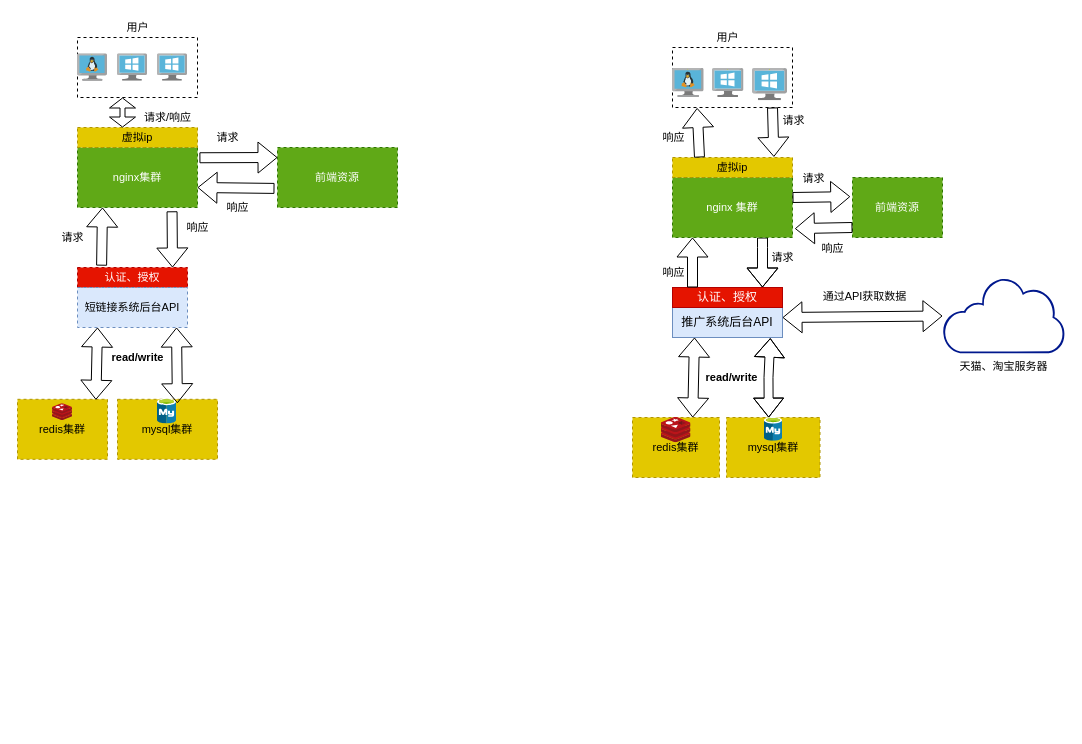
Before: Untitled Diagram.drawio in ndb000901/diagrams, a draw.io diagram. Source tidied: cells renumbered, new cells numbered last; positions are measured from the earlier drawing's top-left corner, leaving out a move shared by most shapes. Both pictures are drawn from the tidied source at 100%, with x=0, y=0 at pixel (17, 17).
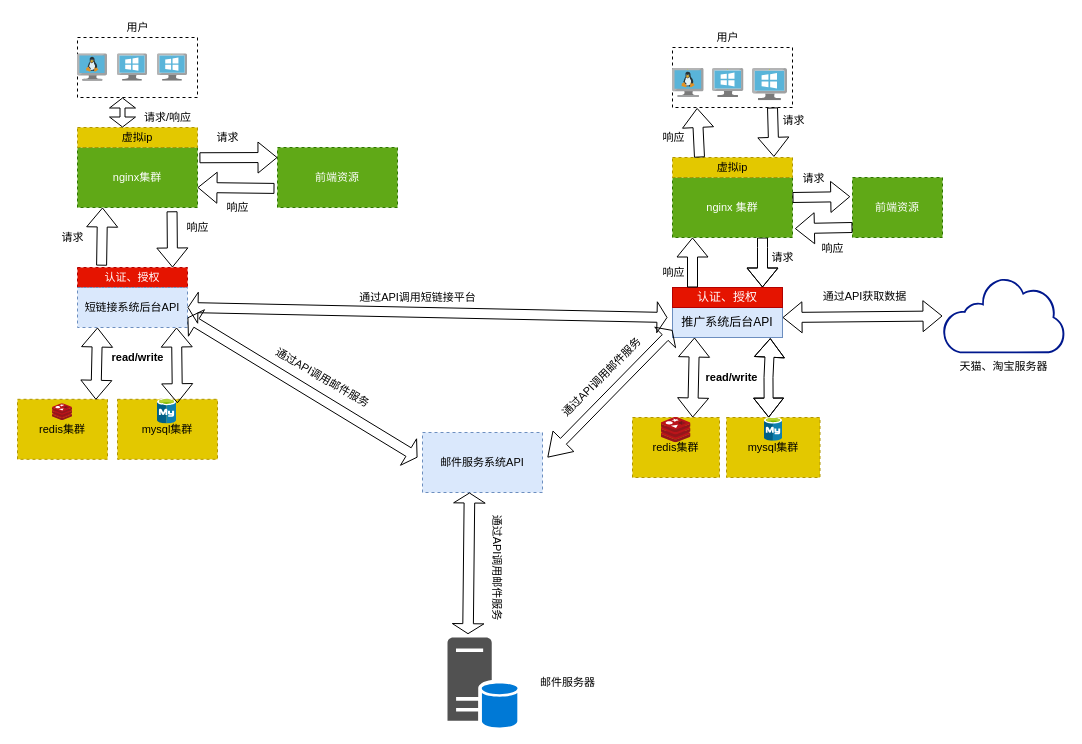
The same diagram, later.

Unchanged cells that the change refers to:
```xml
<mxCell id="2" value="推广系统后台API" style="rounded=0;whiteSpace=wrap;html=1;fillColor=#dae8fc;strokeColor=#6c8ebf;" parent="1" vertex="1">
  <mxGeometry x="655" y="290" width="110" height="30" as="geometry" />
</mxCell>
<mxCell id="35" value="短链接系统后台API" style="rounded=0;whiteSpace=wrap;html=1;dashed=1;fontFamily=Helvetica;fontSize=11;fillColor=#dae8fc;strokeColor=#6c8ebf;" parent="1" vertex="1">
  <mxGeometry x="60" y="270" width="110" height="40" as="geometry" />
</mxCell>
```

Diff of the diagram source:
```diff
@@
+    <mxCell id="61" value="邮件服务系统API" style="rounded=0;whiteSpace=wrap;html=1;dashed=1;fontFamily=Helvetica;fontSize=11;fillColor=#dae8fc;strokeColor=#6c8ebf;" parent="1" vertex="1">
+      <mxGeometry x="405" y="415" width="120" height="60" as="geometry" />
+    </mxCell>
+    <mxCell id="62" style="shape=flexArrow;endArrow=classic;startArrow=classic;html=1;rounded=0;labelBackgroundColor=default;fontFamily=Helvetica;fontSize=11;fontColor=default;startSize=7.070588235294117;endSize=3;strokeColor=default;entryX=0;entryY=0.75;entryDx=0;entryDy=0;width=8.23529411764706;" parent="1" edge="1" target="2">
+      <mxGeometry relative="1" as="geometry">
+        <mxPoint x="530" y="440" as="sourcePoint" />
+      </mxGeometry>
+    </mxCell>
+    <mxCell id="63" style="shape=flexArrow;endArrow=classic;startArrow=classic;html=1;rounded=0;labelBackgroundColor=default;fontFamily=Helvetica;fontSize=11;fontColor=default;startSize=3;endSize=3;strokeColor=default;entryX=1;entryY=0.75;entryDx=0;entryDy=0;" parent="1" edge="1" target="35">
+      <mxGeometry relative="1" as="geometry">
+        <mxPoint x="400" y="440" as="sourcePoint" />
+      </mxGeometry>
+    </mxCell>
+    <mxCell id="64" value="邮件服务器" style="text;html=1;align=center;verticalAlign=middle;strokeColor=none;fillColor=none;fontSize=11;fontFamily=Helvetica;fontColor=default;" parent="1" vertex="1">
+      <mxGeometry x="510" y="655" width="80" height="20" as="geometry" />
+    </mxCell>
+    <mxCell id="65" style="sketch=0;shadow=0;dashed=0;html=1;strokeColor=none;labelPosition=center;verticalLabelPosition=bottom;verticalAlign=top;align=center;fillColor=#515151;shape=mxgraph.mscae.system_center.primary_site;fontFamily=Helvetica;fontSize=11;fontColor=default;" parent="1" vertex="1">
+      <mxGeometry x="430" y="620" width="70" height="90" as="geometry" />
+    </mxCell>
+    <mxCell id="66" style="shape=flexArrow;endArrow=classic;startArrow=classic;html=1;rounded=0;labelBackgroundColor=default;fontFamily=Helvetica;fontSize=11;fontColor=default;startSize=3;endSize=3;strokeColor=default;width=10.588235294117647;exitX=0.693;exitY=-0.037;exitDx=0;exitDy=0;exitPerimeter=0;" parent="1" edge="1">
+      <mxGeometry relative="1" as="geometry">
+        <mxPoint x="450.5" y="616.7" as="sourcePoint" />
+        <mxPoint x="452" y="475" as="targetPoint" />
+      </mxGeometry>
+    </mxCell>
+    <mxCell id="67" value="通过API调用邮件服务" style="text;html=1;align=center;verticalAlign=middle;strokeColor=none;fillColor=none;fontSize=11;fontFamily=Helvetica;fontColor=default;rotation=30;" parent="1" vertex="1">
+      <mxGeometry x="240" y="350" width="130" height="20" as="geometry" />
+    </mxCell>
+    <mxCell id="68" value="通过API调用邮件服务" style="text;html=1;align=center;verticalAlign=middle;strokeColor=none;fillColor=none;fontSize=11;fontFamily=Helvetica;fontColor=default;rotation=-45;" parent="1" vertex="1">
+      <mxGeometry x="519" y="350" width="130" height="20" as="geometry" />
+    </mxCell>
+    <mxCell id="69" value="通过API调用邮件服务" style="text;html=1;align=center;verticalAlign=middle;strokeColor=none;fillColor=none;fontSize=11;fontFamily=Helvetica;fontColor=default;rotation=90;" parent="1" vertex="1">
+      <mxGeometry x="415" y="540" width="130" height="20" as="geometry" />
+    </mxCell>
+    <mxCell id="70" style="shape=flexArrow;endArrow=classic;startArrow=classic;html=1;rounded=0;labelBackgroundColor=default;fontFamily=Helvetica;fontSize=11;fontColor=default;startSize=3;endSize=3;strokeColor=default;" parent="1" edge="1">
+      <mxGeometry relative="1" as="geometry">
+        <mxPoint x="170" y="290" as="sourcePoint" />
+        <mxPoint x="650" y="300" as="targetPoint" />
+      </mxGeometry>
+    </mxCell>
+    <mxCell id="71" value="通过API调用短链接平台" style="text;html=1;align=center;verticalAlign=middle;strokeColor=none;fillColor=none;fontSize=11;fontFamily=Helvetica;fontColor=default;" parent="1" vertex="1">
+      <mxGeometry x="330" y="270" width="140" height="20" as="geometry" />
+    </mxCell>
```
